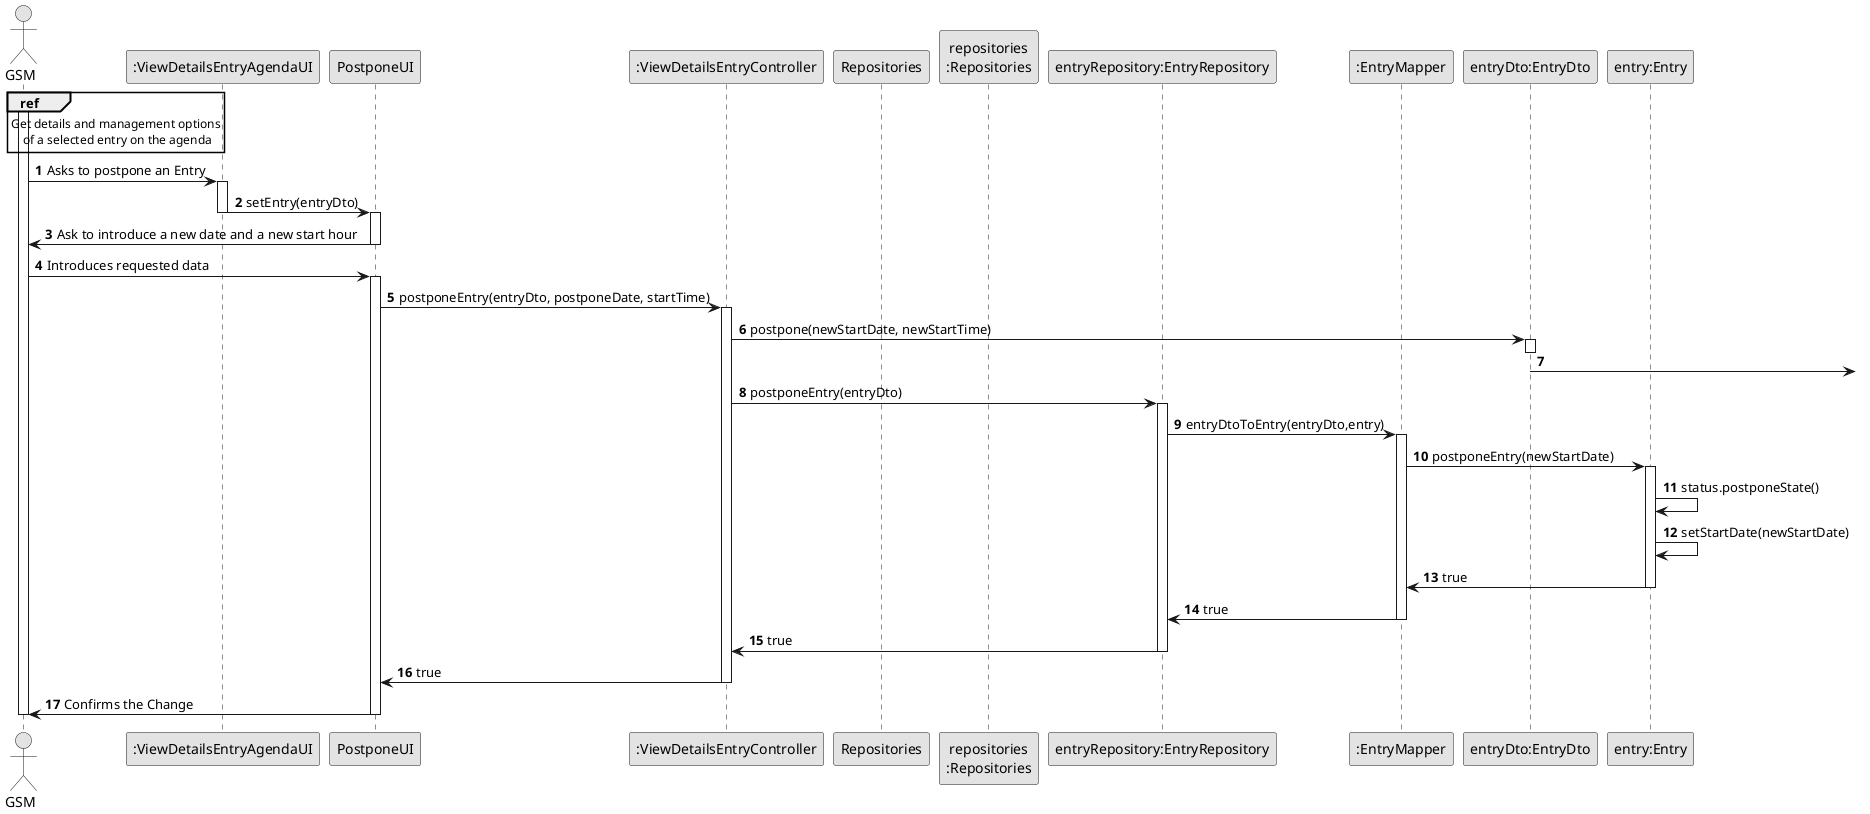
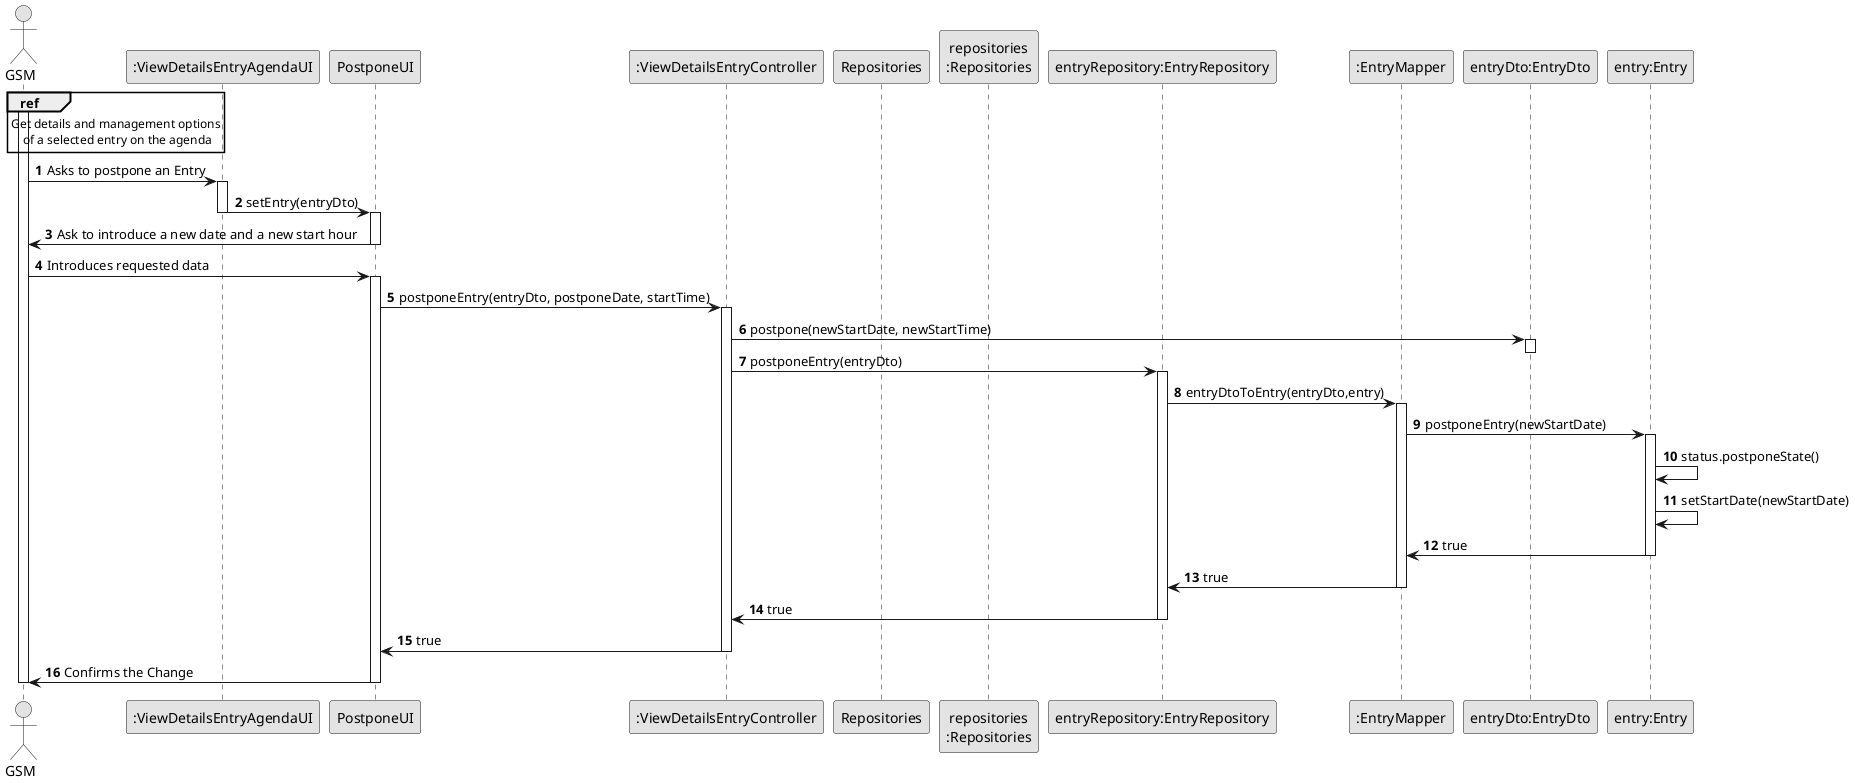
@startuml
!pragma teoz true
skinparam monochrome true
skinparam packageStyle rectangle
skinparam shadowing false

autonumber

actor "GSM" as Actor

participant ":ViewDetailsEntryAgendaUI" as UI
participant "PostponeUI" as UI2



participant ":ViewDetailsEntryController" as CTRL2
participant "Repositories" as Repos
participant "repositories\n:Repositories" as reposRepos
participant "entryRepository:EntryRepository" as EntryRepo



participant ":EntryMapper" as EntryMapper

participant "entryDto:EntryDto" as EntryDto


participant "entry:Entry" as Entry




activate Actor

ref over Actor : Get details and management options\n of a selected entry on the agenda


Actor -> UI : Asks to postpone an Entry
activate UI


UI -> UI2 :setEntry(entryDto)

activate UI2
deactivate UI

UI2-> Actor : Ask to introduce a new date and a new start hour
deactivate UI2
Actor -> UI2 : Introduces requested data
activate UI2


UI2 -> CTRL2 : postponeEntry(entryDto, postponeDate, startTime)
activate CTRL2
CTRL2-> EntryDto : postpone(newStartDate, newStartTime)
activate EntryDto

deactivate EntryDto





- EntryDto ->
+ 



CTRL2 -> EntryRepo : postponeEntry(entryDto)
activate EntryRepo

EntryRepo -> EntryMapper : entryDtoToEntry(entryDto,entry)
activate EntryMapper

EntryMapper -> Entry: postponeEntry(newStartDate)
activate Entry

Entry -> Entry: status.postponeState()
Entry -> Entry: setStartDate(newStartDate)

Entry -> EntryMapper: true


deactivate Entry

EntryMapper -> EntryRepo : true
deactivate EntryMapper

EntryRepo -> CTRL2 :true
deactivate EntryRepo
CTRL2 -> UI2: true


deactivate CTRL2


UI2 -> Actor: Confirms the Change
deactivate UI2
deactivate Actor


@enduml



- @enduml